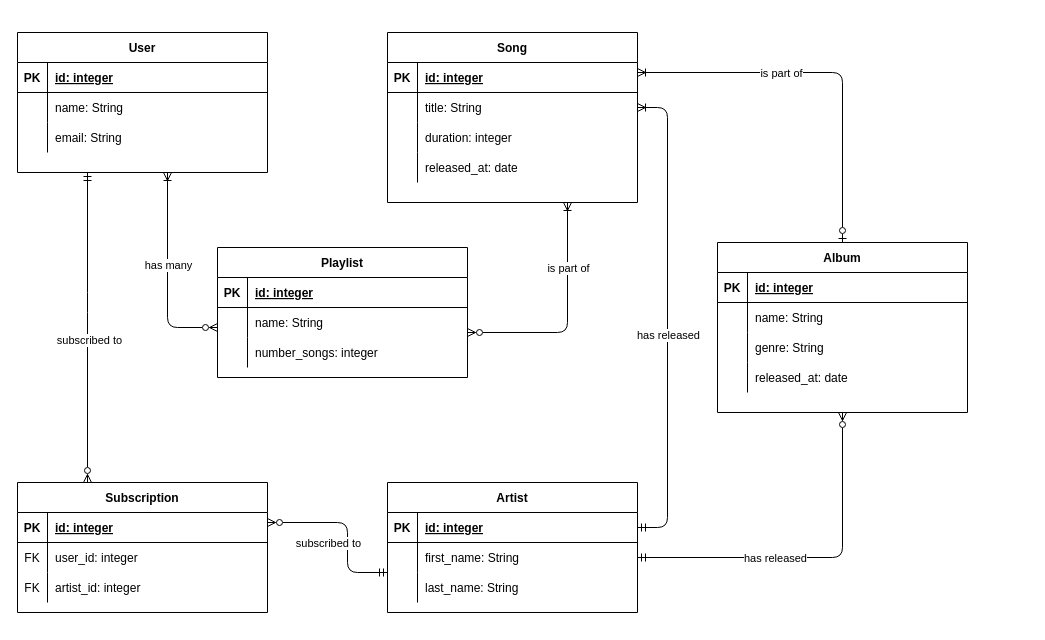
Above: erd.drawio in SBakanow/hhn-db1-memeql (draw.io), before the change. Source tidied: cells renumbered, new cells numbered last; positions are measured from the earlier drawing's top-left corner, leaving out a move shared by most shapes. Both pictures are drawn from the tidied source at 100%, with x=0, y=0 at pixel (17, 32).
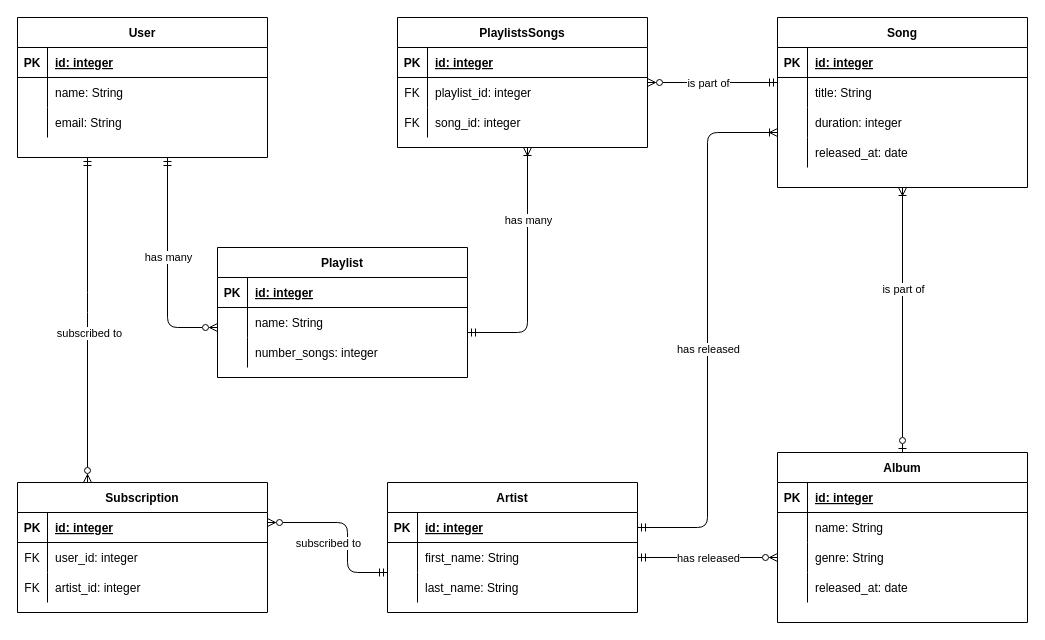
Above is the later version.

The change refers to these unchanged cells:
```xml
<mxCell id="8" style="shape=partialRectangle;fillColor=none;points=[[0,0.5],[1,0.5]];portConstraint=eastwest;top=0;left=0;right=0;bottom=0;" parent="4" vertex="1">
  <mxGeometry y="60" width="250" height="30" as="geometry" />
</mxCell>
<mxCell id="11" style="shape=partialRectangle;fillColor=none;points=[[0,0.5],[1,0.5]];portConstraint=eastwest;top=0;left=0;right=0;bottom=0;" parent="4" vertex="1">
  <mxGeometry y="90" width="250" height="30" as="geometry" />
</mxCell>
<mxCell id="18" style="shape=partialRectangle;fillColor=none;points=[[0,0.5],[1,0.5]];portConstraint=eastwest;top=0;left=0;right=0;bottom=1;" parent="17" vertex="1">
  <mxGeometry y="30" width="250" height="30" as="geometry" />
</mxCell>
<mxCell id="37" value="Playlist" style="shape=table;startSize=30;childLayout=tableLayout;rowLines=0;fontStyle=1;align=center;" parent="1" vertex="1">
  <mxGeometry x="200" y="215" width="250" height="130" as="geometry" />
</mxCell>
<mxCell id="80" style="edgeStyle=orthogonalEdgeStyle;rounded=1;jettySize=auto;html=1;startArrow=ERmandOne;startFill=0;endArrow=ERzeroToMany;endFill=0;" parent="1" edge="1" source="21" target="65">
  <mxGeometry relative="1" as="geometry">
    <Array as="points">
      <mxPoint x="825" y="525" />
    </Array>
  </mxGeometry>
</mxCell>
```

What changed in the source:
```diff
@@
-    <mxCell id="2" style="edgeStyle=entityRelationEdgeStyle;endArrow=ERmandOne;startArrow=ERoneToMany;endFill=0;startFill=0;" parent="1" edge="1" source="8" target="18">
-      <mxGeometry relative="1" as="geometry" />
+    <mxCell id="2" style="edgeStyle=orthogonalEdgeStyle;endArrow=ERmandOne;startArrow=ERoneToMany;endFill=0;startFill=0;" parent="1" edge="1" source="11" target="18">
+      <mxGeometry relative="1" as="geometry">
+        <Array as="points">
+          <mxPoint x="690" y="100" />
+          <mxPoint x="690" y="495" />
+        </Array>
+      </mxGeometry>
     </mxCell>
@@
     <mxCell id="4" value="Song" style="shape=table;startSize=30;childLayout=tableLayout;rowLines=0;fontStyle=1;align=center;" parent="1" vertex="1">
-      <mxGeometry x="370" width="250" height="170" as="geometry" />
+      <mxGeometry x="760" y="-15" width="250" height="170" as="geometry" />
     </mxCell>
@@
     <mxCell id="27" value="User" style="shape=table;startSize=30;childLayout=tableLayout;rowLines=0;fontStyle=1;align=center;" parent="1" vertex="1">
-      <mxGeometry width="250" height="140" as="geometry" />
+      <mxGeometry y="-15" width="250" height="140" as="geometry" />
     </mxCell>
@@
-    <mxCell id="57" style="edgeStyle=orthogonalEdgeStyle;endArrow=ERoneToMany;startArrow=ERzeroToMany;endFill=0;startFill=0;" parent="1" edge="1" source="37" target="27">
+    <mxCell id="57" style="edgeStyle=orthogonalEdgeStyle;endArrow=ERmandOne;startArrow=ERzeroToMany;endFill=0;startFill=0;" parent="1" edge="1" source="37" target="27">
       <mxGeometry relative="1" as="geometry">
         <Array as="points">
           <mxPoint x="150" y="295" />
         </Array>
       </mxGeometry>
     </mxCell>
@@
-    <mxCell id="59" style="edgeStyle=orthogonalEdgeStyle;endArrow=ERoneToMany;startArrow=ERzeroToMany;endFill=0;startFill=0;" parent="1" edge="1" source="37" target="4">
+    <mxCell id="59" style="edgeStyle=orthogonalEdgeStyle;endArrow=ERoneToMany;startArrow=ERmandOne;endFill=0;startFill=0;" parent="1" edge="1" source="37" target="82">
       <mxGeometry relative="1" as="geometry">
         <Array as="points">
-          <mxPoint x="550" y="300" />
+          <mxPoint x="510" y="300" />
         </Array>
       </mxGeometry>
     </mxCell>
-    <mxCell id="60" value="is part of" style="edgeLabel;html=1;align=center;verticalAlign=middle;" parent="59" vertex="1">
+    <mxCell id="60" value="has many" style="edgeLabel;html=1;align=center;verticalAlign=middle;" parent="59" vertex="1">
       <mxGeometry x="-0.04" relative="1" as="geometry">
         <mxPoint y="-55" as="offset" />
       </mxGeometry>
     </mxCell>
@@
     <mxCell id="65" value="Album" style="shape=table;startSize=30;childLayout=tableLayout;rowLines=0;fontStyle=1;align=center;" parent="1" vertex="1">
-      <mxGeometry x="700" y="210" width="250" height="170" as="geometry" />
+      <mxGeometry x="760" y="420" width="250" height="170" as="geometry" />
     </mxCell>
@@
     <mxCell id="81" value="has released" style="edgeLabel;html=1;align=center;verticalAlign=middle;" parent="80" vertex="1">
       <mxGeometry x="-0.44" y="1" relative="1" as="geometry">
-        <mxPoint x="39" y="1" as="offset" />
+        <mxPoint x="31" y="1" as="offset" />
       </mxGeometry>
     </mxCell>
+    <mxCell id="82" value="PlaylistsSongs" style="shape=table;startSize=30;childLayout=tableLayout;rowLines=0;fontStyle=1;align=center;" parent="1" vertex="1">
+      <mxGeometry x="380" y="-15" width="250" height="130" as="geometry" />
+    </mxCell>
+    <mxCell id="83" style="shape=partialRectangle;fillColor=none;top=0;left=0;right=0;bottom=1;" parent="82" vertex="1">
+      <mxGeometry y="30" width="250" height="30" as="geometry" />
+    </mxCell>
+    <mxCell id="84" value="PK" style="shape=partialRectangle;overflow=hidden;fillColor=none;top=0;left=0;bottom=0;right=0;fontStyle=1;" parent="83" vertex="1">
+      <mxGeometry width="30" height="30" as="geometry" />
+    </mxCell>
+    <mxCell id="85" value="id: integer" style="shape=partialRectangle;overflow=hidden;fillColor=none;top=0;left=0;bottom=0;right=0;align=left;spacingLeft=6;fontStyle=5;" parent="83" vertex="1">
+      <mxGeometry x="30" width="220" height="30" as="geometry" />
+    </mxCell>
+    <mxCell id="86" style="shape=partialRectangle;fillColor=none;points=[[0,0.5],[1,0.5]];portConstraint=eastwest;top=0;left=0;right=0;bottom=0;" parent="82" vertex="1">
+      <mxGeometry y="60" width="250" height="30" as="geometry" />
+    </mxCell>
+    <mxCell id="87" value="FK" style="shape=partialRectangle;overflow=hidden;fillColor=none;top=0;left=0;bottom=0;right=0;" parent="86" vertex="1">
+      <mxGeometry width="30" height="30" as="geometry" />
+    </mxCell>
+    <mxCell id="88" value="playlist_id: integer" style="shape=partialRectangle;overflow=hidden;fillColor=none;top=0;left=0;bottom=0;right=0;align=left;spacingLeft=6;" parent="86" vertex="1">
+      <mxGeometry x="30" width="220" height="30" as="geometry" />
+    </mxCell>
+    <mxCell id="89" style="shape=partialRectangle;fillColor=none;top=0;left=0;right=0;bottom=0;" parent="82" vertex="1">
+      <mxGeometry y="90" width="250" height="30" as="geometry" />
+    </mxCell>
+    <mxCell id="90" value="FK" style="shape=partialRectangle;overflow=hidden;fillColor=none;top=0;left=0;bottom=0;right=0;" parent="89" vertex="1">
+      <mxGeometry width="30" height="30" as="geometry" />
+    </mxCell>
+    <mxCell id="91" value="song_id: integer" style="shape=partialRectangle;overflow=hidden;fillColor=none;top=0;left=0;bottom=0;right=0;align=left;spacingLeft=6;" parent="89" vertex="1">
+      <mxGeometry x="30" width="220" height="30" as="geometry" />
+    </mxCell>
+    <mxCell id="92" style="edgeStyle=orthogonalEdgeStyle;rounded=1;jettySize=auto;html=1;startArrow=ERzeroToMany;startFill=0;endArrow=ERmandOne;endFill=0;" parent="1" edge="1" source="86" target="4">
+      <mxGeometry relative="1" as="geometry">
+        <Array as="points">
+          <mxPoint x="700" y="50" />
+          <mxPoint x="700" y="50" />
+        </Array>
+      </mxGeometry>
+    </mxCell>
+    <mxCell id="93" value="is part of" style="edgeLabel;html=1;align=center;verticalAlign=middle;" parent="92" vertex="1">
+      <mxGeometry x="-0.17" y="-3" relative="1" as="geometry">
+        <mxPoint x="6" y="-3" as="offset" />
+      </mxGeometry>
+    </mxCell>
```
